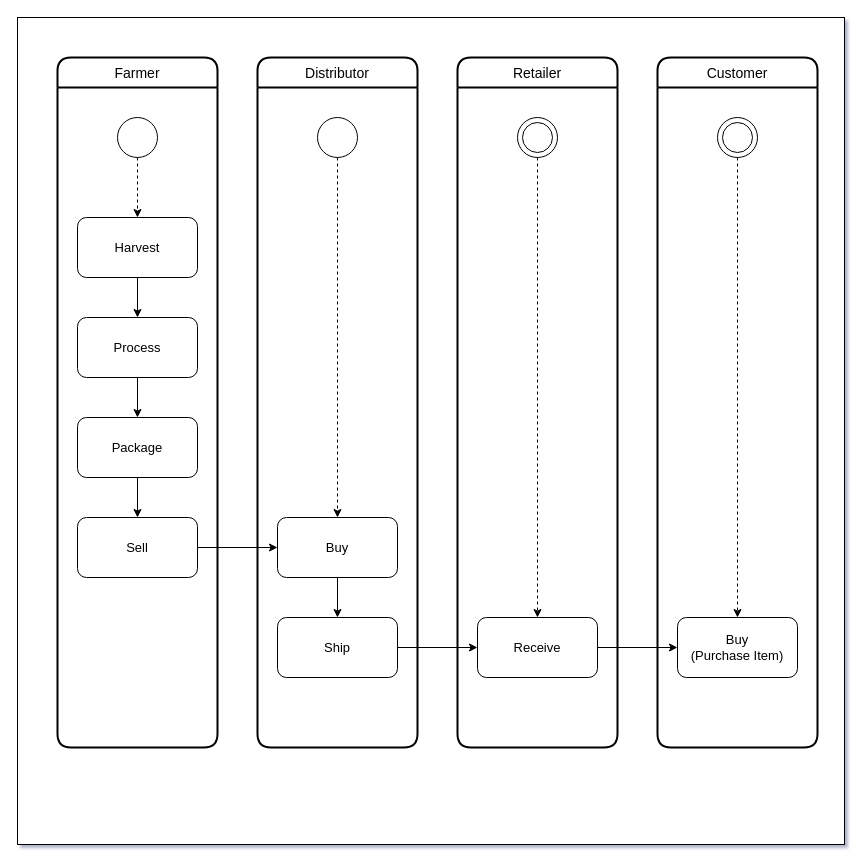
Earlier version of the draw.io diagram ActivityDiagram.drawio (endikaaguilera/UML-diagrams). Source tidied: cells renumbered, new cells numbered last; positions are measured from the earlier drawing's top-left corner, leaving out a move shared by most shapes. Both pictures are drawn from the tidied source at 100%, with x=0, y=0 at pixel (17, 17).
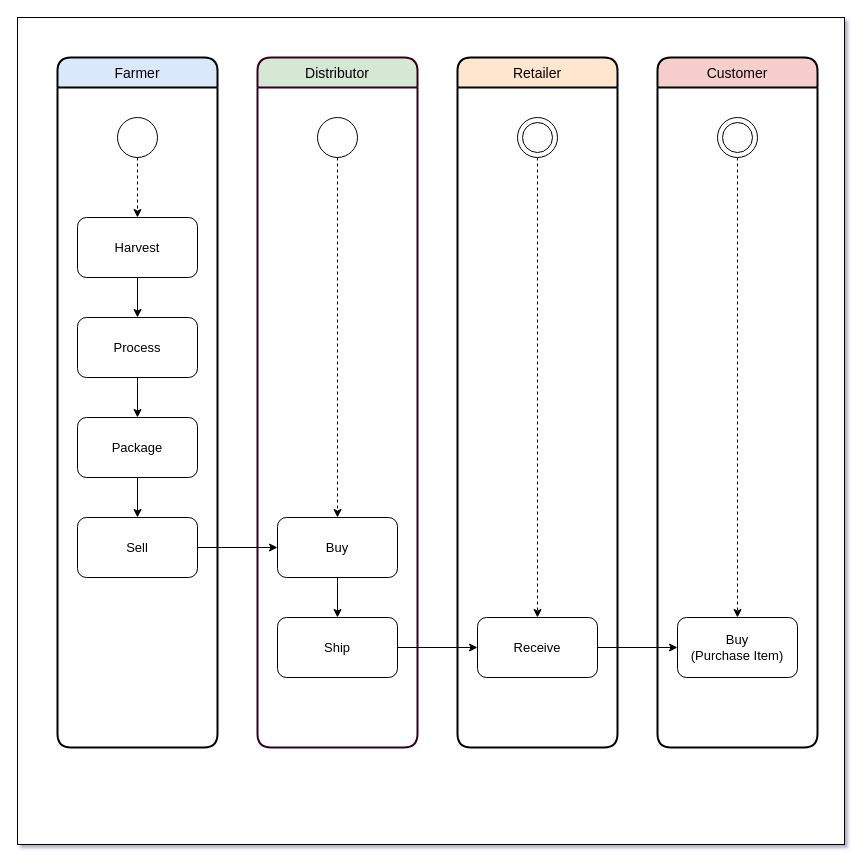
Above is the later version.

What changed in the source:
```diff
@@
-    <mxCell id="3" value="Farmer" style="swimlane;horizontal=1;startSize=30;fontSize=14;fontStyle=0;strokeWidth=2;shadow=0;dashed=0;align=center;rounded=1;" parent="1" vertex="1">
+    <mxCell id="3" value="Farmer" style="swimlane;horizontal=1;startSize=30;fontSize=14;fontStyle=0;strokeWidth=2;shadow=0;dashed=0;align=center;rounded=1;fillColor=#dae8fc;strokeColor=#000000;" parent="1" vertex="1">
       <mxGeometry x="40" y="40" width="160" height="690" as="geometry" />
     </mxCell>
-    <mxCell id="4" value="Distributor" style="swimlane;horizontal=1;startSize=30;fontSize=14;fontStyle=0;strokeWidth=2;shadow=0;dashed=0;align=center;rounded=1;" parent="1" vertex="1">
+    <mxCell id="4" value="Distributor" style="swimlane;horizontal=1;startSize=30;fontSize=14;fontStyle=0;strokeWidth=2;shadow=0;dashed=0;align=center;rounded=1;fillColor=#d5e8d4;strokeColor=#33001A;" parent="1" vertex="1">
       <mxGeometry x="240" y="40" width="160" height="690" as="geometry" />
     </mxCell>
-    <mxCell id="5" value="Retailer" style="swimlane;horizontal=1;startSize=30;fontSize=14;fontStyle=0;strokeWidth=2;shadow=0;dashed=0;align=center;rounded=1;" parent="1" vertex="1">
+    <mxCell id="5" value="Retailer" style="swimlane;horizontal=1;startSize=30;fontSize=14;fontStyle=0;strokeWidth=2;shadow=0;dashed=0;align=center;rounded=1;fillColor=#ffe6cc;strokeColor=#000000;" parent="1" vertex="1">
       <mxGeometry x="440" y="40" width="160" height="690" as="geometry" />
     </mxCell>
-    <mxCell id="6" value="Customer" style="swimlane;horizontal=1;startSize=30;fontSize=14;fontStyle=0;strokeWidth=2;shadow=0;dashed=0;align=center;rounded=1;" parent="1" vertex="1">
+    <mxCell id="6" value="Customer" style="swimlane;horizontal=1;startSize=30;fontSize=14;fontStyle=0;strokeWidth=2;shadow=0;dashed=0;align=center;rounded=1;fillColor=#f8cecc;strokeColor=#000000;" parent="1" vertex="1">
       <mxGeometry x="640" y="40" width="160" height="690" as="geometry" />
     </mxCell>
```
